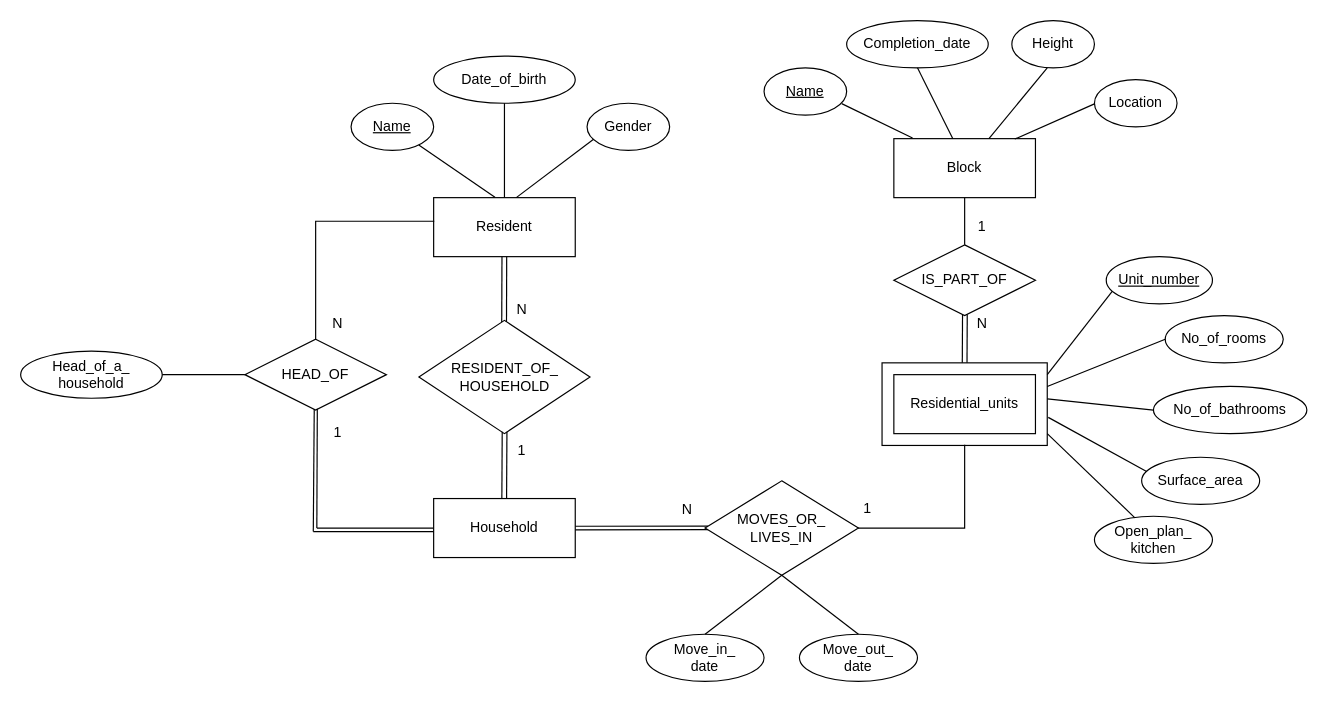
kaixuankhoo98/kaixuankhoo98 keeps this draw.io diagram as Untitled Diagram.drawio. Above is the earlier version. Source tidied: cells renumbered, new cells numbered last; positions are measured from the earlier drawing's top-left corner, leaving out a move shared by most shapes. Both pictures are drawn from the tidied source at 118%, with x=0, y=0 at pixel (20, 20).
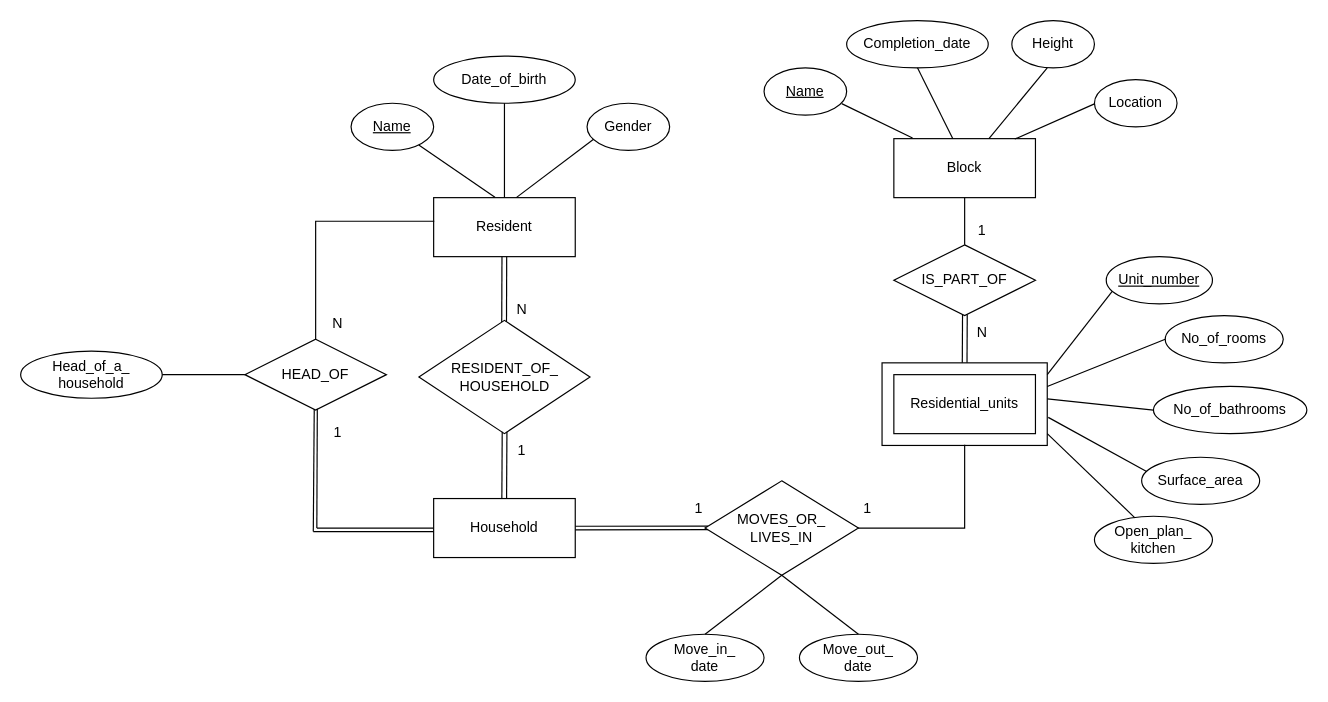
After the change.

The edit, as a diff of the source:
```diff
@@
-    <mxCell id="61" value="N" style="text;html=1;strokeColor=none;fillColor=none;align=center;verticalAlign=middle;whiteSpace=wrap;rounded=0;" parent="1" vertex="1">
-      <mxGeometry x="550" y="400" width="30" height="30" as="geometry" />
-    </mxCell>
@@
     <mxCell id="63" value="N" style="text;html=1;strokeColor=none;fillColor=none;align=center;verticalAlign=middle;whiteSpace=wrap;rounded=0;" parent="1" vertex="1">
-      <mxGeometry x="800" y="242" width="30" height="30" as="geometry" />
+      <mxGeometry x="800" y="250" width="30" height="30" as="geometry" />
     </mxCell>
     <mxCell id="64" value="1" style="text;html=1;strokeColor=none;fillColor=none;align=center;verticalAlign=middle;whiteSpace=wrap;rounded=0;" parent="1" vertex="1">
-      <mxGeometry x="800" y="160" width="30" height="30" as="geometry" />
+      <mxGeometry x="800" y="163" width="30" height="30" as="geometry" />
     </mxCell>
+    <mxCell id="65" value="1" style="text;html=1;strokeColor=none;fillColor=none;align=center;verticalAlign=middle;whiteSpace=wrap;rounded=0;" parent="1" vertex="1">
+      <mxGeometry x="560" y="399" width="30" height="30" as="geometry" />
+    </mxCell>
```
